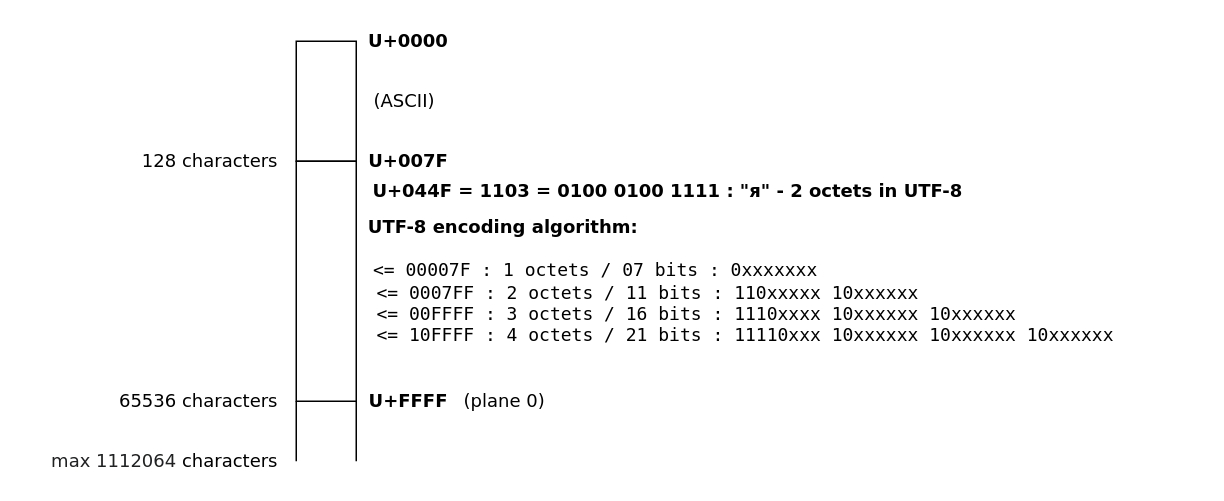
Earlier version of the draw.io diagram projects/examples/source/section_13/unicode_encodings.drawio (i-s-m-mipt/Education). Source tidied: cells renumbered, new cells numbered last; positions are measured from the earlier drawing's top-left corner, leaving out a move shared by most shapes. Both pictures are drawn from the tidied source at 150%, with x=0, y=0 at pixel (26, 26).
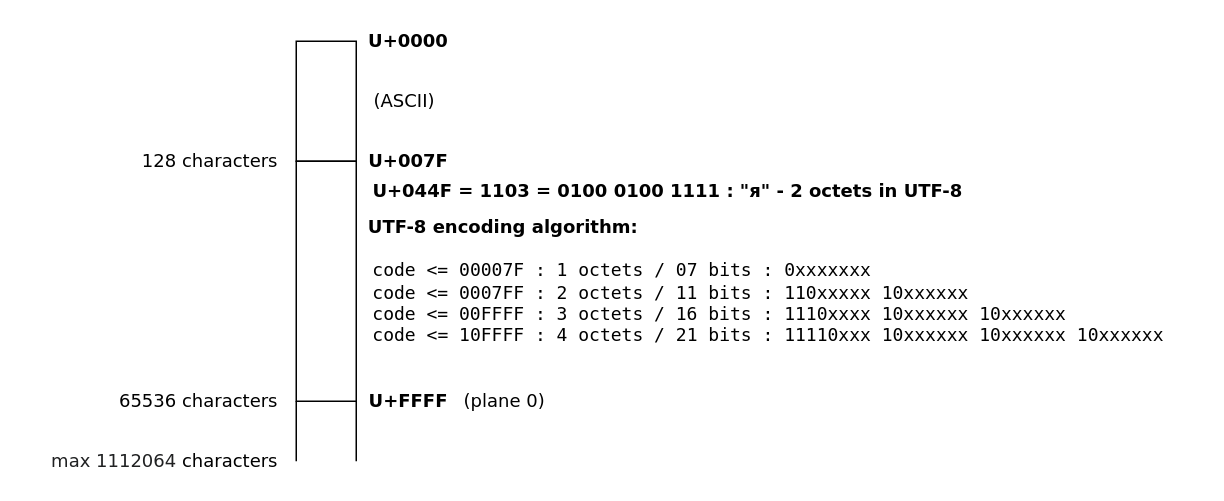
After the change.

Commit message (it also covers changes not shown here):
Доработана схема unicode_encodings.

What changed in the source:
```diff
@@
 <mxGraphModel>
   <root>
     <mxCell id="0" />
     <mxCell id="1" parent="0" />
     <mxCell id="2" style="rounded=0;whiteSpace=wrap;html=1;" parent="1" vertex="1">
       <mxGeometry x="180" y="10" width="40" height="80" as="geometry" />
     </mxCell>
     <mxCell id="3" style="rounded=0;whiteSpace=wrap;html=1;" parent="1" vertex="1">
       <mxGeometry x="180" y="90" width="40" height="160" as="geometry" />
     </mxCell>
     <mxCell id="4" style="endArrow=none;html=1;rounded=0;entryX=0;entryY=1;entryDx=0;entryDy=0;" parent="1" edge="1" target="3">
       <mxGeometry relative="1" as="geometry">
         <mxPoint x="180" y="290" as="sourcePoint" />
       </mxGeometry>
     </mxCell>
     <mxCell id="5" style="endArrow=none;html=1;rounded=0;entryX=0;entryY=1;entryDx=0;entryDy=0;" parent="1" edge="1">
       <mxGeometry relative="1" as="geometry">
         <mxPoint x="220" y="290" as="sourcePoint" />
         <mxPoint x="220" y="250" as="targetPoint" />
       </mxGeometry>
     </mxCell>
     <mxCell id="6" value="&lt;font face=&quot;Verdana&quot;&gt;&lt;b&gt;U+0000&lt;/b&gt;&lt;/font&gt;" style="text;html=1;align=center;verticalAlign=middle;whiteSpace=wrap;rounded=0;" parent="1" vertex="1">
       <mxGeometry x="220" width="70" height="20" as="geometry" />
     </mxCell>
     <mxCell id="7" value="&lt;font face=&quot;Verdana&quot;&gt;&lt;b&gt;U+007F&lt;/b&gt;&lt;/font&gt;" style="text;html=1;align=center;verticalAlign=middle;whiteSpace=wrap;rounded=0;" parent="1" vertex="1">
       <mxGeometry x="220" y="80" width="70" height="20" as="geometry" />
     </mxCell>
     <mxCell id="8" value="&lt;font face=&quot;Verdana&quot;&gt;&lt;b&gt;U+FFFF&lt;/b&gt;&lt;/font&gt;" style="text;html=1;align=center;verticalAlign=middle;whiteSpace=wrap;rounded=0;" parent="1" vertex="1">
       <mxGeometry x="220" y="240" width="70" height="20" as="geometry" />
     </mxCell>
     <mxCell id="9" value="&lt;font face=&quot;Verdana&quot;&gt;65536&amp;nbsp;characters&lt;/font&gt;" style="text;html=1;align=right;verticalAlign=middle;whiteSpace=wrap;rounded=0;" parent="1" vertex="1">
       <mxGeometry x="20" y="240" width="150" height="20" as="geometry" />
     </mxCell>
     <mxCell id="10" value="&lt;font face=&quot;Verdana&quot;&gt;128 characters&lt;/font&gt;" style="text;html=1;align=right;verticalAlign=middle;whiteSpace=wrap;rounded=0;" parent="1" vertex="1">
       <mxGeometry x="60" y="80" width="110" height="20" as="geometry" />
     </mxCell>
     <mxCell id="11" value="&lt;font face=&quot;Verdana&quot;&gt;&lt;b&gt;U+044F = 1103 = 0100 0100 1111 :&amp;nbsp;&lt;/b&gt;&lt;/font&gt;&lt;b style=&quot;font-family: Verdana;&quot;&gt;&quot;я&quot; - 2 octets in UTF-8&lt;/b&gt;&lt;font face=&quot;Verdana&quot;&gt;&lt;b&gt;&amp;nbsp;&lt;/b&gt;&lt;/font&gt;" style="text;html=1;align=center;verticalAlign=middle;whiteSpace=wrap;rounded=0;" parent="1" vertex="1">
       <mxGeometry x="220" y="100" width="420" height="20" as="geometry" />
     </mxCell>
-    <mxCell id="12" value="&lt;div&gt;&lt;font style=&quot;&quot; face=&quot;Verdana&quot;&gt;&lt;b&gt;&amp;nbsp;UTF-8 encoding algorithm:&lt;/b&gt;&lt;/font&gt;&lt;/div&gt;&lt;div&gt;&lt;font style=&quot;&quot; face=&quot;Verdana&quot;&gt;&lt;br&gt;&lt;/font&gt;&lt;/div&gt;&lt;font style=&quot;&quot; face=&quot;Verdana&quot;&gt;&amp;nbsp; &lt;/font&gt;&lt;font face=&quot;Lucida Console&quot;&gt;&amp;lt;= 00007F : 1 octets / 07 bits : 0xxxxxxx&lt;/font&gt;&lt;div&gt;&lt;font face=&quot;ArxgRe-qHpShOOE5_0p9&quot;&gt;&amp;nbsp; &amp;nbsp;&lt;/font&gt;&lt;font face=&quot;Lucida Console&quot;&gt;&amp;lt;= 0007FF : 2 octets / 11 bits : 110xxxxx 10xxxxxx&lt;/font&gt;&lt;/div&gt;&lt;div&gt;&lt;font face=&quot;AVEL_F2QCdmbeKwvRRM_&quot;&gt;&amp;nbsp; &amp;nbsp;&lt;/font&gt;&lt;font face=&quot;Lucida Console&quot;&gt;&amp;lt;= 00FFFF : 3 octets / 16 bits : 1110xxxx 10xxxxxx 10xxxxxx&lt;/font&gt;&lt;/div&gt;&lt;div&gt;&lt;font face=&quot;AVEL_F2QCdmbeKwvRRM_&quot;&gt;&amp;nbsp; &amp;nbsp;&lt;/font&gt;&lt;font face=&quot;Lucida Console&quot;&gt;&amp;lt;= 10FFFF : 4 octets / 21 bits : 11110xxx&lt;span style=&quot;background-color: initial;&quot;&gt;&amp;nbsp;10xxxxxx&lt;/span&gt;&lt;span style=&quot;background-color: initial;&quot;&gt;&amp;nbsp;10xxxxxx&lt;/span&gt;&lt;span style=&quot;background-color: initial;&quot;&gt;&amp;nbsp;10xxxxxx&lt;/span&gt;&lt;/font&gt;&lt;/div&gt;" style="text;html=1;align=left;verticalAlign=middle;whiteSpace=wrap;rounded=0;" parent="1" vertex="1">
-      <mxGeometry x="222" y="120" width="520" height="100" as="geometry" />
+    <mxCell id="12" value="&lt;div&gt;&lt;font style=&quot;&quot; face=&quot;Verdana&quot;&gt;&lt;b&gt;&amp;nbsp;UTF-8 encoding algorithm:&lt;/b&gt;&lt;/font&gt;&lt;/div&gt;&lt;div&gt;&lt;font face=&quot;Lucida Console&quot;&gt;&lt;br&gt;&lt;/font&gt;&lt;/div&gt;&lt;font face=&quot;Lucida Console&quot;&gt;&amp;nbsp;code &amp;lt;=&lt;/font&gt;&lt;font face=&quot;Lucida Console&quot;&gt; &lt;/font&gt;&lt;font style=&quot;font-size: 12px;&quot; face=&quot;Lucida Console&quot;&gt;00007F&lt;/font&gt;&lt;font face=&quot;Lucida Console&quot;&gt;&amp;nbsp;: 1 octets / 07 bits : 0xxxxxxx&lt;/font&gt;&lt;div&gt;&lt;font face=&quot;Lucida Console&quot;&gt;&amp;nbsp;code &amp;lt;= 0007FF : 2 octets / 11 bits : 110xxxxx 10xxxxxx&lt;/font&gt;&lt;/div&gt;&lt;div&gt;&lt;font face=&quot;Lucida Console&quot;&gt;&amp;nbsp;code &amp;lt;= 00FFFF : 3 octets / 16 bits : 1110xxxx 10xxxxxx 10xxxxxx&lt;/font&gt;&lt;/div&gt;&lt;div&gt;&lt;font face=&quot;Lucida Console&quot;&gt;&amp;nbsp;code&amp;nbsp;&lt;/font&gt;&lt;font face=&quot;Lucida Console&quot;&gt;&amp;lt;= 10FFFF : 4 octets / 21 bits : 11110xxx&lt;span style=&quot;background-color: initial;&quot;&gt;&amp;nbsp;10xxxxxx&lt;/span&gt;&lt;span style=&quot;background-color: initial;&quot;&gt;&amp;nbsp;10xxxxxx&lt;/span&gt;&lt;span style=&quot;background-color: initial;&quot;&gt;&amp;nbsp;10xxxxxx&lt;/span&gt;&lt;/font&gt;&lt;/div&gt;" style="text;html=1;align=left;verticalAlign=middle;whiteSpace=wrap;rounded=0;" parent="1" vertex="1">
+      <mxGeometry x="222" y="120" width="560" height="100" as="geometry" />
     </mxCell>
     <mxCell id="13" value="&lt;font face=&quot;Verdana&quot;&gt;(ASCII)&lt;/font&gt;" style="text;html=1;align=left;verticalAlign=middle;whiteSpace=wrap;rounded=0;" parent="1" vertex="1">
       <mxGeometry x="230" y="40" width="50" height="20" as="geometry" />
     </mxCell>
     <mxCell id="14" value="&lt;font face=&quot;Verdana&quot;&gt;(plane 0)&lt;/font&gt;" style="text;html=1;align=left;verticalAlign=middle;whiteSpace=wrap;rounded=0;" parent="1" vertex="1">
       <mxGeometry x="290" y="240" width="110" height="20" as="geometry" />
     </mxCell>
     <mxCell id="15" value="&lt;font face=&quot;Verdana&quot;&gt;&lt;span style=&quot;color: rgb(32, 33, 34); text-align: start; background-color: rgb(255, 255, 255);&quot;&gt;&lt;font style=&quot;font-size: 12px;&quot;&gt;&amp;nbsp;max 1112064&lt;/font&gt;&lt;/span&gt;&amp;nbsp;characters&lt;/font&gt;" style="text;html=1;align=right;verticalAlign=middle;whiteSpace=wrap;rounded=0;" parent="1" vertex="1">
       <mxGeometry y="280" width="170" height="20" as="geometry" />
     </mxCell>
   </root>
 </mxGraphModel>
```
